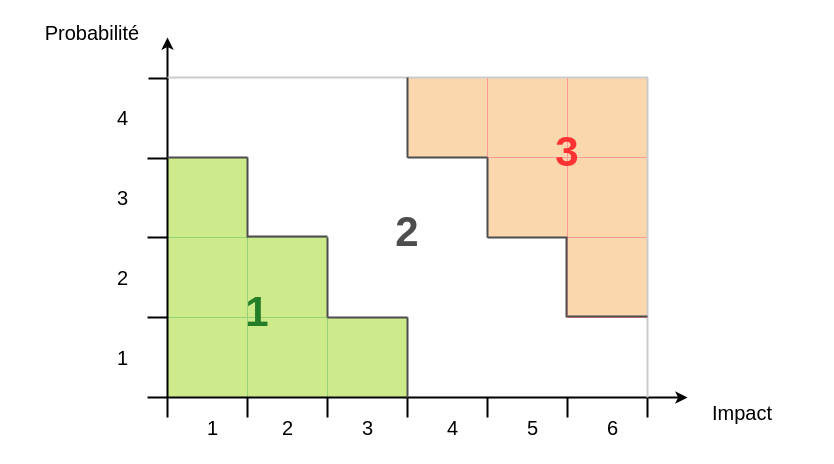
haclong/drawings keeps this draw.io diagram as gestion_risque.drawio. Above is the earlier version. Source tidied: cells renumbered, new cells numbered last; positions are measured from the earlier drawing's top-left corner, leaving out a move shared by most shapes. Both pictures are drawn from the tidied source at 100%, with x=0, y=0 at pixel (17, 17).
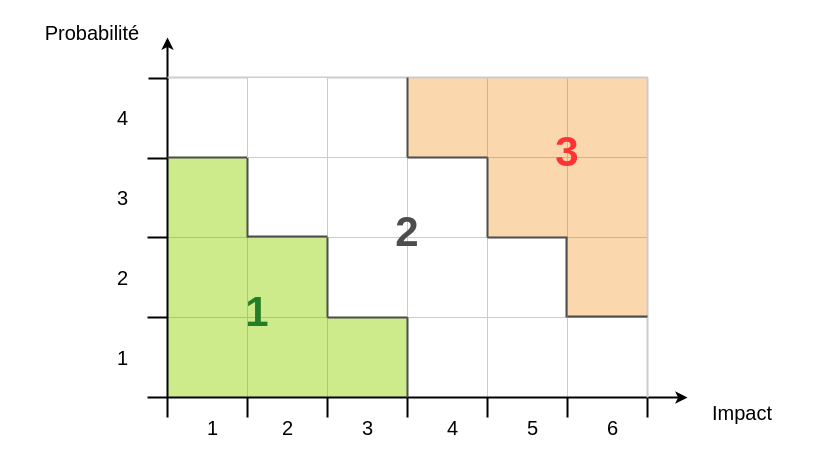
The same diagram, later.

Change to the diagram source:
```diff
@@
+    <mxCell id="55" style="whiteSpace=wrap;html=1;fillStyle=auto;strokeColor=#CCCCCC;fontSize=42;fontColor=#FF3333;fillColor=default;" parent="1" vertex="1">
+      <mxGeometry x="470" y="300" width="80" height="80" as="geometry" />
+    </mxCell>
+    <mxCell id="56" style="whiteSpace=wrap;html=1;fillStyle=auto;strokeColor=#CCCCCC;fontSize=42;fontColor=#FF3333;fillColor=default;" parent="1" vertex="1">
+      <mxGeometry x="390" y="300" width="80" height="80" as="geometry" />
+    </mxCell>
+    <mxCell id="57" style="whiteSpace=wrap;html=1;fillStyle=auto;strokeColor=#CCCCCC;fontSize=42;fontColor=#FF3333;fillColor=default;" parent="1" vertex="1">
+      <mxGeometry x="470" y="220" width="80" height="80" as="geometry" />
+    </mxCell>
+    <mxCell id="58" style="whiteSpace=wrap;html=1;fillStyle=auto;strokeColor=#CCCCCC;fontSize=42;fontColor=#FF3333;fillColor=default;" parent="1" vertex="1">
+      <mxGeometry x="390" y="220" width="80" height="80" as="geometry" />
+    </mxCell>
+    <mxCell id="59" style="whiteSpace=wrap;html=1;fillStyle=auto;strokeColor=#CCCCCC;fontSize=42;fontColor=#FF3333;fillColor=default;" parent="1" vertex="1">
+      <mxGeometry x="310" y="220" width="80" height="80" as="geometry" />
+    </mxCell>
+    <mxCell id="60" style="whiteSpace=wrap;html=1;fillStyle=auto;strokeColor=#CCCCCC;fontSize=42;fontColor=#FF3333;fillColor=default;" parent="1" vertex="1">
+      <mxGeometry x="390" y="140" width="80" height="80" as="geometry" />
+    </mxCell>
+    <mxCell id="61" style="whiteSpace=wrap;html=1;fillStyle=auto;strokeColor=#CCCCCC;fontSize=42;fontColor=#FF3333;fillColor=default;" parent="1" vertex="1">
+      <mxGeometry x="310" y="140" width="80" height="80" as="geometry" />
+    </mxCell>
+    <mxCell id="62" style="whiteSpace=wrap;html=1;fillStyle=auto;strokeColor=#CCCCCC;fontSize=42;fontColor=#FF3333;fillColor=default;" parent="1" vertex="1">
+      <mxGeometry x="230" y="140" width="80" height="80" as="geometry" />
+    </mxCell>
+    <mxCell id="63" style="whiteSpace=wrap;html=1;fillStyle=auto;strokeColor=#CCCCCC;fontSize=42;fontColor=#FF3333;fillColor=default;" parent="1" vertex="1">
+      <mxGeometry x="310" y="60" width="80" height="80" as="geometry" />
+    </mxCell>
+    <mxCell id="64" style="whiteSpace=wrap;html=1;fillStyle=auto;strokeColor=#CCCCCC;fontSize=42;fontColor=#FF3333;fillColor=default;" parent="1" vertex="1">
+      <mxGeometry x="150" y="60" width="80" height="80" as="geometry" />
+    </mxCell>
@@
+    <mxCell id="65" style="whiteSpace=wrap;html=1;fillStyle=auto;strokeColor=#CCCCCC;fontSize=42;fontColor=#FF3333;fillColor=default;" parent="1" vertex="1">
+      <mxGeometry x="230" y="60" width="80" height="80" as="geometry" />
+    </mxCell>
```
